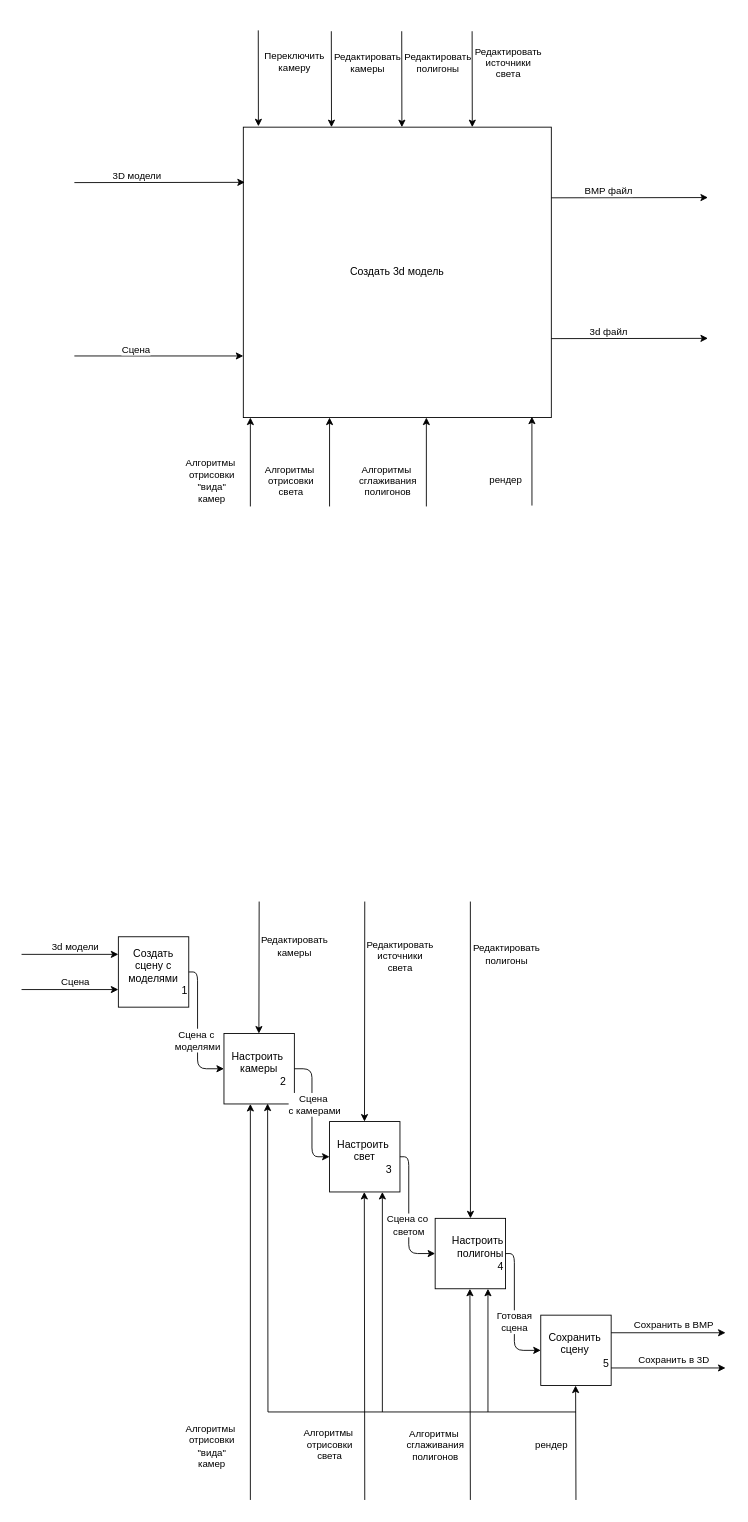
Earlier version of the draw.io diagram scheme/IDEF0.drawio (Win-Dox/geekbrain). Source tidied: cells renumbered, new cells numbered last; positions are measured from the earlier drawing's top-left corner, leaving out a move shared by most shapes. Both pictures are drawn from the tidied source at 88%, with x=0, y=0 at pixel (21, 30).
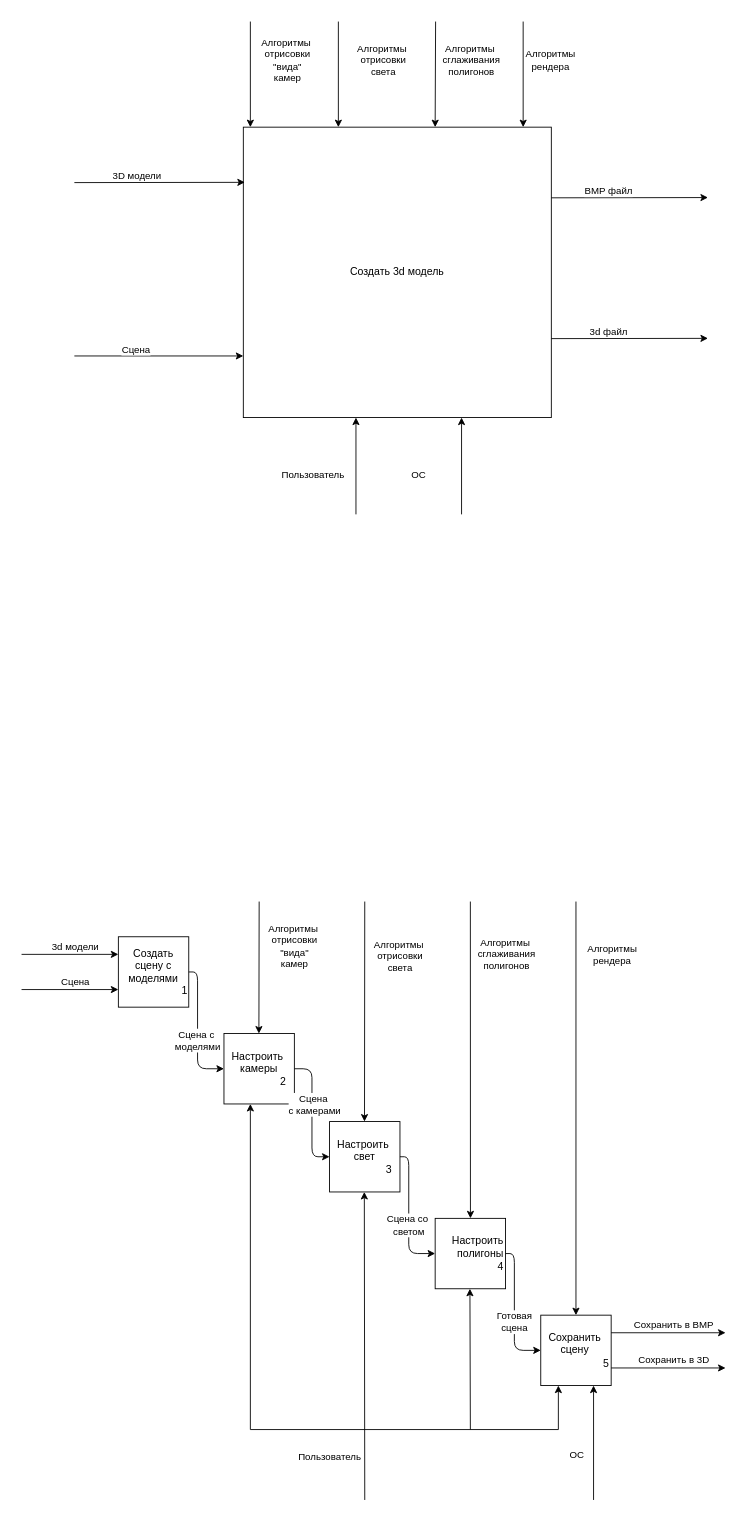
The same diagram, later.

Unchanged cells that the change refers to:
```xml
<mxCell id="2" value="Создать 3d модель" style="rounded=0;whiteSpace=wrap;html=1;" parent="1" vertex="1">
  <mxGeometry x="252" y="110" width="350" height="330" as="geometry" />
</mxCell>
<mxCell id="28" value="Настроить&amp;nbsp;&lt;br&gt;камеры&lt;br&gt;&lt;div style=&quot;text-align: right&quot;&gt;2&lt;/div&gt;" style="whiteSpace=wrap;html=1;" parent="1" vertex="1">
  <mxGeometry x="230" y="1140" width="80" height="80" as="geometry" />
</mxCell>
<mxCell id="31" style="endArrow=classic;html=1;entryX=0.049;entryY=-0.003;entryDx=0;entryDy=0;entryPerimeter=0;" parent="1" edge="1">
  <mxGeometry relative="1" as="geometry">
    <mxPoint x="270" y="990" as="sourcePoint" />
    <mxPoint x="269.7" y="1140" as="targetPoint" />
  </mxGeometry>
</mxCell>
<mxCell id="39" value="Настроить&amp;nbsp;&lt;br&gt;свет&lt;br&gt;&lt;div style=&quot;text-align: right&quot;&gt;3&lt;/div&gt;" style="whiteSpace=wrap;html=1;" parent="1" vertex="1">
  <mxGeometry x="350" y="1240" width="80" height="80" as="geometry" />
</mxCell>
<mxCell id="42" style="endArrow=classic;html=1;entryX=0.043;entryY=0.997;entryDx=0;entryDy=0;entryPerimeter=0;" parent="1" edge="1">
  <mxGeometry relative="1" as="geometry">
    <mxPoint x="390" y="1670" as="sourcePoint" />
    <mxPoint x="389.5" y="1320" as="targetPoint" />
  </mxGeometry>
</mxCell>
<mxCell id="44" style="endArrow=classic;html=1;entryX=0.049;entryY=-0.003;entryDx=0;entryDy=0;entryPerimeter=0;" parent="1" edge="1">
  <mxGeometry relative="1" as="geometry">
    <mxPoint x="390" y="990" as="sourcePoint" />
    <mxPoint x="389.7" y="1240" as="targetPoint" />
  </mxGeometry>
</mxCell>
<mxCell id="46" value="Настроить полигоны&lt;br&gt;4" style="whiteSpace=wrap;html=1;align=right;" parent="1" vertex="1">
  <mxGeometry x="470" y="1350" width="80" height="80" as="geometry" />
</mxCell>
<mxCell id="51" style="endArrow=classic;html=1;entryX=0.049;entryY=-0.003;entryDx=0;entryDy=0;entryPerimeter=0;" parent="1" edge="1">
  <mxGeometry relative="1" as="geometry">
    <mxPoint x="510" y="990" as="sourcePoint" />
    <mxPoint x="510.1" y="1350" as="targetPoint" />
  </mxGeometry>
</mxCell>
<mxCell id="53" value="&lt;div style=&quot;text-align: center&quot;&gt;&lt;span&gt;Сохранить сцену&lt;/span&gt;&lt;/div&gt;5" style="whiteSpace=wrap;html=1;align=right;" parent="1" vertex="1">
  <mxGeometry x="590" y="1460" width="80" height="80" as="geometry" />
</mxCell>
```

Change to the diagram source:
```diff
@@
-    <mxCell id="7" style="endArrow=classic;html=1;entryX=0.049;entryY=-0.003;entryDx=0;entryDy=0;entryPerimeter=0;" parent="1" edge="1" target="2">
+    <mxCell id="7" style="endArrow=classic;html=1;" parent="1" edge="1">
       <mxGeometry relative="1" as="geometry">
-        <mxPoint x="269" as="sourcePoint" />
+        <mxPoint x="380" y="550" as="sourcePoint" />
+        <mxPoint x="380" y="440" as="targetPoint" />
       </mxGeometry>
     </mxCell>
-    <mxCell id="8" value="Переключить &lt;br&gt;камеру" style="edgeLabel;html=1;align=center;verticalAlign=middle;" parent="7" vertex="1">
+    <mxCell id="8" value="Пользователь" style="edgeLabel;html=1;align=center;verticalAlign=middle;" parent="7" vertex="1">
       <mxGeometry x="-0.34" y="1" relative="1" as="geometry">
-        <mxPoint x="39" as="offset" />
+        <mxPoint x="-49" y="-10" as="offset" />
       </mxGeometry>
     </mxCell>
-    <mxCell id="9" style="endArrow=classic;html=1;entryX=0.049;entryY=-0.003;entryDx=0;entryDy=0;entryPerimeter=0;" parent="1" edge="1">
-      <mxGeometry relative="1" as="geometry">
-        <mxPoint x="352" y="1" as="sourcePoint" />
-        <mxPoint x="352.2" y="110" as="targetPoint" />
-      </mxGeometry>
-    </mxCell>
-    <mxCell id="10" value="Редактировать&lt;br&gt;камеры" style="edgeLabel;html=1;align=center;verticalAlign=middle;" parent="9" vertex="1">
-      <mxGeometry x="-0.34" y="1" relative="1" as="geometry">
-        <mxPoint x="39" as="offset" />
-      </mxGeometry>
-    </mxCell>
-    <mxCell id="11" style="endArrow=classic;html=1;entryX=0.049;entryY=-0.003;entryDx=0;entryDy=0;entryPerimeter=0;" parent="1" edge="1">
-      <mxGeometry relative="1" as="geometry">
-        <mxPoint x="432" y="1" as="sourcePoint" />
-        <mxPoint x="432.2" y="110" as="targetPoint" />
-      </mxGeometry>
-    </mxCell>
-    <mxCell id="12" value="Редактировать&lt;br&gt;полигоны" style="edgeLabel;html=1;align=center;verticalAlign=middle;" parent="11" vertex="1">
-      <mxGeometry x="-0.34" y="1" relative="1" as="geometry">
-        <mxPoint x="39" as="offset" />
-      </mxGeometry>
-    </mxCell>
-    <mxCell id="13" style="endArrow=classic;html=1;entryX=0.049;entryY=-0.003;entryDx=0;entryDy=0;entryPerimeter=0;" parent="1" edge="1">
-      <mxGeometry relative="1" as="geometry">
-        <mxPoint x="512" y="1" as="sourcePoint" />
-        <mxPoint x="512.2" y="110" as="targetPoint" />
-      </mxGeometry>
-    </mxCell>
-    <mxCell id="14" value="Редактировать&lt;br&gt;источники&lt;br&gt;света" style="edgeLabel;html=1;align=center;verticalAlign=middle;" parent="13" vertex="1">
-      <mxGeometry x="-0.34" y="1" relative="1" as="geometry">
-        <mxPoint x="39" as="offset" />
-      </mxGeometry>
-    </mxCell>
-    <mxCell id="15" style="endArrow=classic;html=1;entryX=0.937;entryY=0.997;entryDx=0;entryDy=0;entryPerimeter=0;" parent="1" edge="1" target="2">
+    <mxCell id="15" style="endArrow=classic;html=1;" parent="1" edge="1">
       <mxGeometry relative="1" as="geometry">
-        <mxPoint x="580" y="540" as="sourcePoint" />
+        <mxPoint x="570" y="-10" as="sourcePoint" />
+        <mxPoint x="570" y="110" as="targetPoint" />
       </mxGeometry>
     </mxCell>
-    <mxCell id="16" value="рендер" style="edgeLabel;html=1;align=center;verticalAlign=middle;" parent="15" vertex="1">
+    <mxCell id="16" value="Алгоритмы&lt;br&gt;рендера" style="edgeLabel;html=1;align=center;verticalAlign=middle;" parent="15" vertex="1">
       <mxGeometry x="-0.34" y="1" relative="1" as="geometry">
-        <mxPoint x="-29" y="3" as="offset" />
+        <mxPoint x="29" y="3" as="offset" />
       </mxGeometry>
     </mxCell>
-    <mxCell id="17" style="endArrow=classic;html=1;entryX=0.043;entryY=0.997;entryDx=0;entryDy=0;entryPerimeter=0;" parent="1" edge="1">
+    <mxCell id="17" style="endArrow=classic;html=1;" parent="1" edge="1">
       <mxGeometry relative="1" as="geometry">
-        <mxPoint x="260" y="541" as="sourcePoint" />
-        <mxPoint x="260" y="440" as="targetPoint" />
+        <mxPoint x="260" y="-10" as="sourcePoint" />
+        <mxPoint x="260" y="110" as="targetPoint" />
       </mxGeometry>
     </mxCell>
     <mxCell id="18" value="Алгоритмы&amp;nbsp;&lt;br&gt;отрисовки &lt;br&gt;&quot;вида&quot;&lt;br&gt;камер" style="edgeLabel;html=1;align=center;verticalAlign=middle;" parent="17" vertex="1">
       <mxGeometry x="-0.34" y="1" relative="1" as="geometry">
-        <mxPoint x="-44" y="3" as="offset" />
+        <mxPoint x="40" y="3" as="offset" />
       </mxGeometry>
     </mxCell>
@@
-    <mxCell id="32" value="Редактировать&lt;br&gt;камеры" style="edgeLabel;html=1;align=center;verticalAlign=middle;" parent="31" vertex="1">
+    <mxCell id="32" value="Алгоритмы&amp;nbsp;&lt;br&gt;отрисовки&lt;br&gt;&quot;вида&quot;&lt;br&gt;камер" style="edgeLabel;html=1;align=center;verticalAlign=middle;" parent="31" vertex="1">
       <mxGeometry x="-0.34" y="1" relative="1" as="geometry">
         <mxPoint x="39" as="offset" />
       </mxGeometry>
     </mxCell>
     <mxCell id="33" style="endArrow=classic;html=1;entryX=0.043;entryY=0.997;entryDx=0;entryDy=0;entryPerimeter=0;" parent="1" edge="1">
       <mxGeometry relative="1" as="geometry">
-        <mxPoint x="260" y="1670" as="sourcePoint" />
+        <mxPoint x="260" y="1590" as="sourcePoint" />
         <mxPoint x="260" y="1220" as="targetPoint" />
       </mxGeometry>
     </mxCell>
-    <mxCell id="34" value="Алгоритмы&amp;nbsp;&lt;br&gt;отрисовки&lt;br&gt;&quot;вида&quot;&lt;br&gt;камер" style="edgeLabel;html=1;align=center;verticalAlign=middle;" parent="33" vertex="1">
-      <mxGeometry x="-0.34" y="1" relative="1" as="geometry">
-        <mxPoint x="-44" y="86" as="offset" />
-      </mxGeometry>
-    </mxCell>
-    <mxCell id="35" style="endArrow=classic;html=1;entryX=0.043;entryY=0.997;entryDx=0;entryDy=0;entryPerimeter=0;" parent="1" edge="1">
+    <mxCell id="35" style="endArrow=classic;html=1;entryX=0.393;entryY=0;entryDx=0;entryDy=0;entryPerimeter=0;" parent="1" edge="1">
       <mxGeometry relative="1" as="geometry">
-        <mxPoint x="350" y="541" as="sourcePoint" />
-        <mxPoint x="350" y="440" as="targetPoint" />
+        <mxPoint x="360" y="-10" as="sourcePoint" />
+        <mxPoint x="360" y="110" as="targetPoint" />
       </mxGeometry>
     </mxCell>
     <mxCell id="36" value="Алгоритмы&amp;nbsp;&lt;br&gt;отрисовки &lt;br&gt;света" style="edgeLabel;html=1;align=center;verticalAlign=middle;" parent="35" vertex="1">
       <mxGeometry x="-0.34" y="1" relative="1" as="geometry">
-        <mxPoint x="-44" y="3" as="offset" />
+        <mxPoint x="49" y="3" as="offset" />
       </mxGeometry>
     </mxCell>
-    <mxCell id="37" style="endArrow=classic;html=1;entryX=0.043;entryY=0.997;entryDx=0;entryDy=0;entryPerimeter=0;" parent="1" edge="1">
+    <mxCell id="37" style="endArrow=classic;html=1;" parent="1" edge="1">
       <mxGeometry relative="1" as="geometry">
-        <mxPoint x="460" y="541" as="sourcePoint" />
-        <mxPoint x="460" y="440" as="targetPoint" />
+        <mxPoint x="470.5" y="-10" as="sourcePoint" />
+        <mxPoint x="470" y="110" as="targetPoint" />
       </mxGeometry>
     </mxCell>
     <mxCell id="38" value="Алгоритмы&amp;nbsp;&lt;br&gt;сглаживания&lt;br&gt;полигонов" style="edgeLabel;html=1;align=center;verticalAlign=middle;" parent="37" vertex="1">
       <mxGeometry x="-0.34" y="1" relative="1" as="geometry">
-        <mxPoint x="-44" y="3" as="offset" />
+        <mxPoint x="39" y="3" as="offset" />
       </mxGeometry>
     </mxCell>
@@
-    <mxCell id="43" value="Алгоритмы&amp;nbsp;&lt;br&gt;отрисовки &lt;br&gt;света" style="edgeLabel;html=1;align=center;verticalAlign=middle;" parent="42" vertex="1">
+    <mxCell id="43" value="Пользователь" style="edgeLabel;html=1;align=center;verticalAlign=middle;" parent="42" vertex="1">
       <mxGeometry x="-0.34" y="1" relative="1" as="geometry">
-        <mxPoint x="-39" y="52" as="offset" />
+        <mxPoint x="-39" y="66" as="offset" />
       </mxGeometry>
     </mxCell>
@@
-    <mxCell id="45" value="Редактировать&lt;br&gt;источники&lt;br&gt;света" style="edgeLabel;html=1;align=center;verticalAlign=middle;" parent="44" vertex="1">
+    <mxCell id="45" value="Алгоритмы&amp;nbsp;&lt;br&gt;отрисовки&lt;br&gt;света" style="edgeLabel;html=1;align=center;verticalAlign=middle;" parent="44" vertex="1">
       <mxGeometry x="-0.34" y="1" relative="1" as="geometry">
         <mxPoint x="39" y="-22" as="offset" />
       </mxGeometry>
     </mxCell>
@@
     <mxCell id="49" style="endArrow=classic;html=1;entryX=0.043;entryY=0.997;entryDx=0;entryDy=0;entryPerimeter=0;" parent="1" edge="1">
       <mxGeometry relative="1" as="geometry">
-        <mxPoint x="510" y="1670" as="sourcePoint" />
+        <mxPoint x="510" y="1590" as="sourcePoint" />
         <mxPoint x="509.5" y="1430" as="targetPoint" />
       </mxGeometry>
     </mxCell>
-    <mxCell id="50" value="Алгоритмы&amp;nbsp;&lt;br&gt;сглаживания&lt;br&gt;полигонов" style="edgeLabel;html=1;align=center;verticalAlign=middle;" parent="49" vertex="1">
-      <mxGeometry x="-0.34" y="1" relative="1" as="geometry">
-        <mxPoint x="-39" y="16" as="offset" />
-      </mxGeometry>
-    </mxCell>
@@
-    <mxCell id="52" value="Редактировать&lt;br&gt;полигоны" style="edgeLabel;html=1;align=center;verticalAlign=middle;" parent="51" vertex="1">
+    <mxCell id="52" value="Алгоритмы&amp;nbsp;&lt;br&gt;сглаживания&lt;br&gt;полигонов" style="edgeLabel;html=1;align=center;verticalAlign=middle;" parent="51" vertex="1">
       <mxGeometry x="-0.34" y="1" relative="1" as="geometry">
         <mxPoint x="39" y="-59" as="offset" />
       </mxGeometry>
     </mxCell>
@@
-    <mxCell id="60" style="endArrow=classic;html=1;entryX=0.937;entryY=0.997;entryDx=0;entryDy=0;entryPerimeter=0;" parent="1" edge="1">
+    <mxCell id="60" style="endArrow=classic;html=1;entryX=0.5;entryY=0;entryDx=0;entryDy=0;" parent="1" edge="1" target="53">
       <mxGeometry relative="1" as="geometry">
-        <mxPoint x="630" y="1670" as="sourcePoint" />
-        <mxPoint x="629.6" y="1540" as="targetPoint" />
+        <mxPoint x="630" y="990" as="sourcePoint" />
       </mxGeometry>
     </mxCell>
-    <mxCell id="61" value="рендер" style="edgeLabel;html=1;align=center;verticalAlign=middle;" parent="60" vertex="1">
+    <mxCell id="61" value="Алгоритмы&lt;br&gt;рендера" style="edgeLabel;html=1;align=center;verticalAlign=middle;" parent="60" vertex="1">
       <mxGeometry x="-0.34" y="1" relative="1" as="geometry">
-        <mxPoint x="-27" y="-21" as="offset" />
+        <mxPoint x="39" y="-95" as="offset" />
       </mxGeometry>
     </mxCell>
-    <mxCell id="62" style="endArrow=none;html=1;" parent="1" edge="1">
-      <mxGeometry relative="1" as="geometry">
-        <mxPoint x="280" y="1570" as="sourcePoint" />
-        <mxPoint x="630" y="1570" as="targetPoint" />
-      </mxGeometry>
-    </mxCell>
-    <mxCell id="63" style="endArrow=classic;html=1;entryX=0.62;entryY=0.994;entryDx=0;entryDy=0;entryPerimeter=0;" parent="1" edge="1" target="28">
-      <mxGeometry relative="1" as="geometry">
-        <mxPoint x="280" y="1570" as="sourcePoint" />
-      </mxGeometry>
-    </mxCell>
-    <mxCell id="64" style="endArrow=classic;html=1;entryX=0.75;entryY=1;entryDx=0;entryDy=0;" parent="1" edge="1" target="39">
-      <mxGeometry relative="1" as="geometry">
-        <mxPoint x="410" y="1570" as="sourcePoint" />
-      </mxGeometry>
-    </mxCell>
-    <mxCell id="65" style="endArrow=classic;html=1;entryX=0.75;entryY=1;entryDx=0;entryDy=0;" parent="1" edge="1" target="46">
-      <mxGeometry relative="1" as="geometry">
-        <mxPoint x="530" y="1570" as="sourcePoint" />
-      </mxGeometry>
-    </mxCell>
+    <mxCell id="66" style="endArrow=classic;html=1;" parent="1" edge="1">
+      <mxGeometry relative="1" as="geometry">
+        <mxPoint x="500" y="550" as="sourcePoint" />
+        <mxPoint x="500" y="440" as="targetPoint" />
+      </mxGeometry>
+    </mxCell>
+    <mxCell id="67" value="ОС" style="edgeLabel;html=1;align=center;verticalAlign=middle;" parent="66" vertex="1">
+      <mxGeometry x="-0.34" y="1" relative="1" as="geometry">
+        <mxPoint x="-49" y="-10" as="offset" />
+      </mxGeometry>
+    </mxCell>
+    <mxCell id="68" style="endArrow=classic;html=1;entryX=0.75;entryY=1;entryDx=0;entryDy=0;" parent="1" edge="1" target="53">
+      <mxGeometry relative="1" as="geometry">
+        <mxPoint x="650" y="1670" as="sourcePoint" />
+      </mxGeometry>
+    </mxCell>
+    <mxCell id="69" value="ОС" style="edgeLabel;html=1;align=center;verticalAlign=middle;" parent="68" vertex="1">
+      <mxGeometry x="-0.58" y="-2" relative="1" as="geometry">
+        <mxPoint x="-22" y="-25" as="offset" />
+      </mxGeometry>
+    </mxCell>
+    <mxCell id="70" style="endArrow=none;html=1;" parent="1" edge="1">
+      <mxGeometry relative="1" as="geometry">
+        <mxPoint x="260" y="1590" as="sourcePoint" />
+        <mxPoint x="610" y="1590" as="targetPoint" />
+      </mxGeometry>
+    </mxCell>
+    <mxCell id="71" style="endArrow=classic;html=1;entryX=0.25;entryY=1;entryDx=0;entryDy=0;" parent="1" edge="1" target="53">
+      <mxGeometry relative="1" as="geometry">
+        <mxPoint x="610" y="1590" as="sourcePoint" />
+      </mxGeometry>
+    </mxCell>
```
